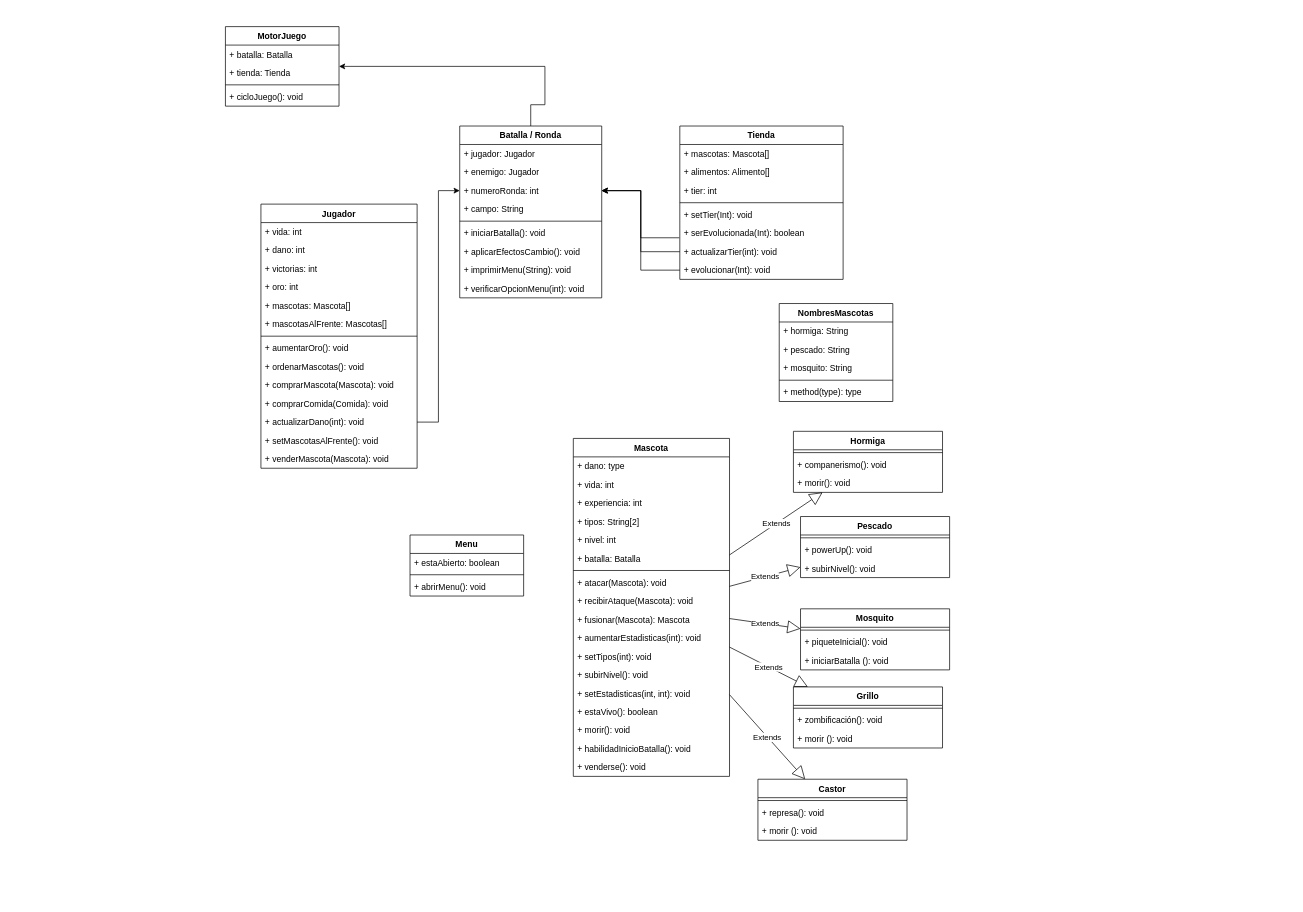
This is Untitled Diagram.drawio from alejandro-vasquez-es/super-auto-pets, a draw.io file, before an edit. Source tidied: cells renumbered, new cells numbered last; positions are measured from the earlier drawing's top-left corner, leaving out a move shared by most shapes. Both pictures are drawn from the tidied source at 71%, with x=0, y=0 at pixel (225, 26).
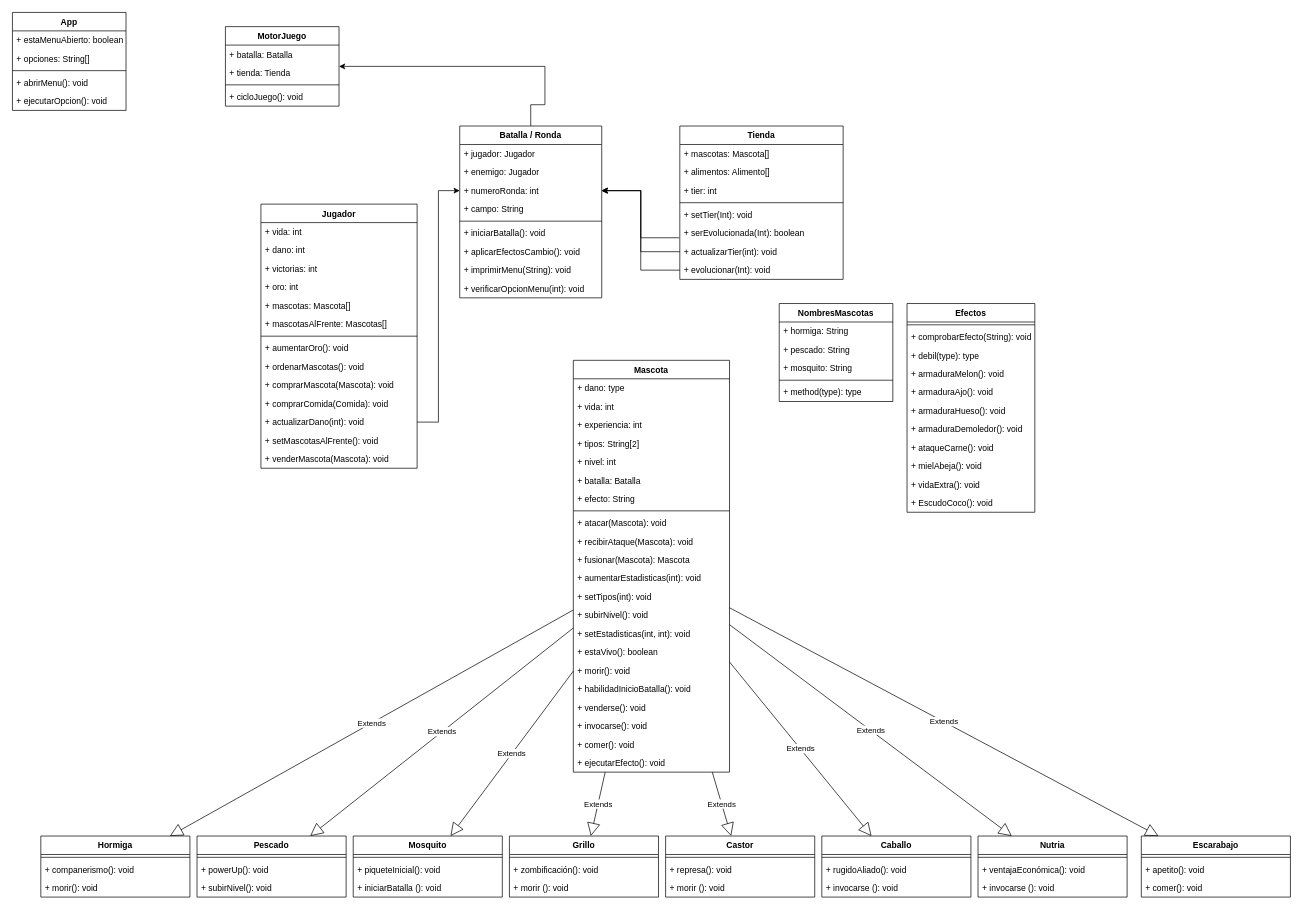
The same page after the edit.

Change to the diagram source:
```diff
@@
     <mxCell id="33" value="Mascota" style="swimlane;fontStyle=1;align=center;verticalAlign=top;horizontal=1;startSize=26;" parent="1" vertex="1">
-      <mxGeometry x="490" y="580" width="220" height="476" as="geometry" />
+      <mxGeometry x="490" y="470" width="220" height="580" as="geometry" />
     </mxCell>
@@
+    <mxCell id="100" value="+ efecto: String " style="text;strokeColor=none;fillColor=none;align=left;verticalAlign=top;spacingLeft=4;spacingRight=4;overflow=hidden;" parent="33" vertex="1">
+      <mxGeometry y="182" width="220" height="26" as="geometry" />
+    </mxCell>
     <mxCell id="40" style="line;strokeWidth=1;fillColor=none;align=left;verticalAlign=middle;spacingTop=-1;spacingLeft=3;spacingRight=3;labelPosition=right;" parent="33" vertex="1">
-      <mxGeometry y="182" width="220" height="8" as="geometry" />
+      <mxGeometry y="208" width="220" height="8" as="geometry" />
     </mxCell>
     <mxCell id="41" value="+ atacar(Mascota): void" style="text;strokeColor=none;fillColor=none;align=left;verticalAlign=top;spacingLeft=4;spacingRight=4;overflow=hidden;" parent="33" vertex="1">
-      <mxGeometry y="190" width="220" height="26" as="geometry" />
+      <mxGeometry y="216" width="220" height="26" as="geometry" />
     </mxCell>
     <mxCell id="42" value="+ recibirAtaque(Mascota): void" style="text;strokeColor=none;fillColor=none;align=left;verticalAlign=top;spacingLeft=4;spacingRight=4;overflow=hidden;" parent="33" vertex="1">
-      <mxGeometry y="216" width="220" height="26" as="geometry" />
+      <mxGeometry y="242" width="220" height="26" as="geometry" />
     </mxCell>
     <mxCell id="43" value="+ fusionar(Mascota): Mascota" style="text;strokeColor=none;fillColor=none;align=left;verticalAlign=top;spacingLeft=4;spacingRight=4;overflow=hidden;" parent="33" vertex="1">
-      <mxGeometry y="242" width="220" height="26" as="geometry" />
+      <mxGeometry y="268" width="220" height="26" as="geometry" />
     </mxCell>
     <mxCell id="44" value="+ aumentarEstadisticas(int): void" style="text;strokeColor=none;fillColor=none;align=left;verticalAlign=top;spacingLeft=4;spacingRight=4;overflow=hidden;" parent="33" vertex="1">
-      <mxGeometry y="268" width="220" height="26" as="geometry" />
+      <mxGeometry y="294" width="220" height="26" as="geometry" />
     </mxCell>
     <mxCell id="45" value="+ setTipos(int): void" style="text;strokeColor=none;fillColor=none;align=left;verticalAlign=top;spacingLeft=4;spacingRight=4;overflow=hidden;" parent="33" vertex="1">
-      <mxGeometry y="294" width="220" height="26" as="geometry" />
+      <mxGeometry y="320" width="220" height="26" as="geometry" />
     </mxCell>
     <mxCell id="46" value="+ subirNivel(): void" style="text;strokeColor=none;fillColor=none;align=left;verticalAlign=top;spacingLeft=4;spacingRight=4;overflow=hidden;" parent="33" vertex="1">
-      <mxGeometry y="320" width="220" height="26" as="geometry" />
+      <mxGeometry y="346" width="220" height="26" as="geometry" />
     </mxCell>
     <mxCell id="47" value="+ setEstadisticas(int, int): void" style="text;strokeColor=none;fillColor=none;align=left;verticalAlign=top;spacingLeft=4;spacingRight=4;overflow=hidden;" parent="33" vertex="1">
-      <mxGeometry y="346" width="220" height="26" as="geometry" />
+      <mxGeometry y="372" width="220" height="26" as="geometry" />
     </mxCell>
     <mxCell id="48" value="+ estaVivo(): boolean" style="text;strokeColor=none;fillColor=none;align=left;verticalAlign=top;spacingLeft=4;spacingRight=4;overflow=hidden;" parent="33" vertex="1">
-      <mxGeometry y="372" width="220" height="26" as="geometry" />
+      <mxGeometry y="398" width="220" height="26" as="geometry" />
     </mxCell>
     <mxCell id="49" value="+ morir(): void" style="text;strokeColor=none;fillColor=none;align=left;verticalAlign=top;spacingLeft=4;spacingRight=4;overflow=hidden;" parent="33" vertex="1">
-      <mxGeometry y="398" width="220" height="26" as="geometry" />
+      <mxGeometry y="424" width="220" height="26" as="geometry" />
     </mxCell>
     <mxCell id="50" value="+ habilidadInicioBatalla(): void" style="text;strokeColor=none;fillColor=none;align=left;verticalAlign=top;spacingLeft=4;spacingRight=4;overflow=hidden;" parent="33" vertex="1">
-      <mxGeometry y="424" width="220" height="26" as="geometry" />
+      <mxGeometry y="450" width="220" height="26" as="geometry" />
     </mxCell>
     <mxCell id="51" value="+ venderse(): void" style="text;strokeColor=none;fillColor=none;align=left;verticalAlign=top;spacingLeft=4;spacingRight=4;overflow=hidden;" parent="33" vertex="1">
-      <mxGeometry y="450" width="220" height="26" as="geometry" />
+      <mxGeometry y="476" width="220" height="26" as="geometry" />
     </mxCell>
+    <mxCell id="101" value="+ invocarse(): void" style="text;strokeColor=none;fillColor=none;align=left;verticalAlign=top;spacingLeft=4;spacingRight=4;overflow=hidden;" parent="33" vertex="1">
+      <mxGeometry y="502" width="220" height="26" as="geometry" />
+    </mxCell>
+    <mxCell id="102" value="+ comer(): void" style="text;strokeColor=none;fillColor=none;align=left;verticalAlign=top;spacingLeft=4;spacingRight=4;overflow=hidden;" parent="33" vertex="1">
+      <mxGeometry y="528" width="220" height="26" as="geometry" />
+    </mxCell>
+    <mxCell id="103" value="+ ejecutarEfecto(): void" style="text;strokeColor=none;fillColor=none;align=left;verticalAlign=top;spacingLeft=4;spacingRight=4;overflow=hidden;" parent="33" vertex="1">
+      <mxGeometry y="554" width="220" height="26" as="geometry" />
+    </mxCell>
@@
-    <mxCell id="61" value="Menu" style="swimlane;fontStyle=1;align=center;verticalAlign=top;horizontal=1;startSize=26;" parent="1" vertex="1">
-      <mxGeometry x="260" y="716" width="160" height="86" as="geometry" />
+    <mxCell id="61" value="App" style="swimlane;fontStyle=1;align=center;verticalAlign=top;horizontal=1;startSize=26;" parent="1" vertex="1">
+      <mxGeometry x="-300" y="-20" width="160" height="138" as="geometry" />
     </mxCell>
-    <mxCell id="62" value="+ estaAbierto: boolean" style="text;strokeColor=none;fillColor=none;align=left;verticalAlign=top;spacingLeft=4;spacingRight=4;overflow=hidden;" parent="61" vertex="1">
+    <mxCell id="62" value="+ estaMenuAbierto: boolean" style="text;strokeColor=none;fillColor=none;align=left;verticalAlign=top;spacingLeft=4;spacingRight=4;overflow=hidden;" parent="61" vertex="1">
       <mxGeometry y="26" width="160" height="26" as="geometry" />
     </mxCell>
+    <mxCell id="104" value="+ opciones: String[]" style="text;strokeColor=none;fillColor=none;align=left;verticalAlign=top;spacingLeft=4;spacingRight=4;overflow=hidden;" parent="61" vertex="1">
+      <mxGeometry y="52" width="160" height="26" as="geometry" />
+    </mxCell>
     <mxCell id="63" style="line;strokeWidth=1;fillColor=none;align=left;verticalAlign=middle;spacingTop=-1;spacingLeft=3;spacingRight=3;labelPosition=right;" parent="61" vertex="1">
-      <mxGeometry y="52" width="160" height="8" as="geometry" />
+      <mxGeometry y="78" width="160" height="8" as="geometry" />
     </mxCell>
     <mxCell id="64" value="+ abrirMenu(): void" style="text;strokeColor=none;fillColor=none;align=left;verticalAlign=top;spacingLeft=4;spacingRight=4;overflow=hidden;" parent="61" vertex="1">
-      <mxGeometry y="60" width="160" height="26" as="geometry" />
+      <mxGeometry y="86" width="160" height="26" as="geometry" />
     </mxCell>
+    <mxCell id="105" value="+ ejecutarOpcion(): void" style="text;strokeColor=none;fillColor=none;align=left;verticalAlign=top;spacingLeft=4;spacingRight=4;overflow=hidden;" parent="61" vertex="1">
+      <mxGeometry y="112" width="160" height="26" as="geometry" />
+    </mxCell>
@@
     <mxCell id="69" value="Hormiga" style="swimlane;fontStyle=1;align=center;verticalAlign=top;horizontal=1;startSize=26;" parent="1" vertex="1">
-      <mxGeometry x="800" y="570" width="210" height="86" as="geometry" />
+      <mxGeometry x="-260" y="1140" width="210" height="86" as="geometry" />
     </mxCell>
@@
     <mxCell id="80" value="Pescado" style="swimlane;fontStyle=1;align=center;verticalAlign=top;horizontal=1;startSize=26;" parent="1" vertex="1">
-      <mxGeometry x="810" y="690" width="210" height="86" as="geometry" />
+      <mxGeometry x="-40" y="1140" width="210" height="86" as="geometry" />
     </mxCell>
@@
     <mxCell id="85" value="Mosquito" style="swimlane;fontStyle=1;align=center;verticalAlign=top;horizontal=1;startSize=26;" parent="1" vertex="1">
-      <mxGeometry x="810" y="820" width="210" height="86" as="geometry" />
+      <mxGeometry x="180" y="1140" width="210" height="86" as="geometry" />
     </mxCell>
@@
     <mxCell id="91" value="Grillo" style="swimlane;fontStyle=1;align=center;verticalAlign=top;horizontal=1;startSize=26;" parent="1" vertex="1">
-      <mxGeometry x="800" y="930" width="210" height="86" as="geometry" />
+      <mxGeometry x="400" y="1140" width="210" height="86" as="geometry" />
     </mxCell>
@@
     <mxCell id="95" value="Castor" style="swimlane;fontStyle=1;align=center;verticalAlign=top;horizontal=1;startSize=26;" parent="1" vertex="1">
-      <mxGeometry x="750" y="1060" width="210" height="86" as="geometry" />
+      <mxGeometry x="620" y="1140" width="210" height="86" as="geometry" />
     </mxCell>
@@
+    <mxCell id="106" value="Caballo" style="swimlane;fontStyle=1;align=center;verticalAlign=top;horizontal=1;startSize=26;" parent="1" vertex="1">
+      <mxGeometry x="840" y="1140" width="210" height="86" as="geometry" />
+    </mxCell>
+    <mxCell id="107" style="line;strokeWidth=1;fillColor=none;align=left;verticalAlign=middle;spacingTop=-1;spacingLeft=3;spacingRight=3;labelPosition=right;" parent="106" vertex="1">
+      <mxGeometry y="26" width="210" height="8" as="geometry" />
+    </mxCell>
+    <mxCell id="108" value="+ rugidoAliado(): void" style="text;strokeColor=none;fillColor=none;align=left;verticalAlign=top;spacingLeft=4;spacingRight=4;overflow=hidden;" parent="106" vertex="1">
+      <mxGeometry y="34" width="210" height="26" as="geometry" />
+    </mxCell>
+    <mxCell id="109" value="+ invocarse (): void" style="text;strokeColor=none;fillColor=none;align=left;verticalAlign=top;spacingLeft=4;spacingRight=4;overflow=hidden;" parent="106" vertex="1">
+      <mxGeometry y="60" width="210" height="26" as="geometry" />
+    </mxCell>
+    <mxCell id="110" value="Extends" style="endArrow=block;endSize=16;endFill=0;html=1;rounded=0;" parent="1" edge="1" source="33" target="106">
+      <mxGeometry relative="1" as="geometry" />
+    </mxCell>
+    <mxCell id="111" value="Nutria" style="swimlane;fontStyle=1;align=center;verticalAlign=top;horizontal=1;startSize=26;" parent="1" vertex="1">
+      <mxGeometry x="1060" y="1140" width="210" height="86" as="geometry" />
+    </mxCell>
+    <mxCell id="112" style="line;strokeWidth=1;fillColor=none;align=left;verticalAlign=middle;spacingTop=-1;spacingLeft=3;spacingRight=3;labelPosition=right;" parent="111" vertex="1">
+      <mxGeometry y="26" width="210" height="8" as="geometry" />
+    </mxCell>
+    <mxCell id="113" value="+ ventajaEconómica(): void" style="text;strokeColor=none;fillColor=none;align=left;verticalAlign=top;spacingLeft=4;spacingRight=4;overflow=hidden;" parent="111" vertex="1">
+      <mxGeometry y="34" width="210" height="26" as="geometry" />
+    </mxCell>
+    <mxCell id="114" value="+ invocarse (): void" style="text;strokeColor=none;fillColor=none;align=left;verticalAlign=top;spacingLeft=4;spacingRight=4;overflow=hidden;" parent="111" vertex="1">
+      <mxGeometry y="60" width="210" height="26" as="geometry" />
+    </mxCell>
+    <mxCell id="115" value="Extends" style="endArrow=block;endSize=16;endFill=0;html=1;rounded=0;" parent="1" edge="1" source="33" target="111">
+      <mxGeometry relative="1" as="geometry" />
+    </mxCell>
+    <mxCell id="116" value="Escarabajo" style="swimlane;fontStyle=1;align=center;verticalAlign=top;horizontal=1;startSize=26;" parent="1" vertex="1">
+      <mxGeometry x="1290" y="1140" width="210" height="86" as="geometry" />
+    </mxCell>
+    <mxCell id="117" style="line;strokeWidth=1;fillColor=none;align=left;verticalAlign=middle;spacingTop=-1;spacingLeft=3;spacingRight=3;labelPosition=right;" parent="116" vertex="1">
+      <mxGeometry y="26" width="210" height="8" as="geometry" />
+    </mxCell>
+    <mxCell id="118" value="+ apetito(): void" style="text;strokeColor=none;fillColor=none;align=left;verticalAlign=top;spacingLeft=4;spacingRight=4;overflow=hidden;" parent="116" vertex="1">
+      <mxGeometry y="34" width="210" height="26" as="geometry" />
+    </mxCell>
+    <mxCell id="119" value="+ comer(): void" style="text;strokeColor=none;fillColor=none;align=left;verticalAlign=top;spacingLeft=4;spacingRight=4;overflow=hidden;" parent="116" vertex="1">
+      <mxGeometry y="60" width="210" height="26" as="geometry" />
+    </mxCell>
+    <mxCell id="120" value="Extends" style="endArrow=block;endSize=16;endFill=0;html=1;rounded=0;" parent="1" edge="1" source="33" target="116">
+      <mxGeometry relative="1" as="geometry" />
+    </mxCell>
+    <mxCell id="121" value="Efectos" style="swimlane;fontStyle=1;align=center;verticalAlign=top;horizontal=1;startSize=26;" parent="1" vertex="1">
+      <mxGeometry x="960" y="390" width="180" height="294" as="geometry" />
+    </mxCell>
+    <mxCell id="122" style="line;strokeWidth=1;fillColor=none;align=left;verticalAlign=middle;spacingTop=-1;spacingLeft=3;spacingRight=3;labelPosition=right;" parent="121" vertex="1">
+      <mxGeometry y="26" width="180" height="8" as="geometry" />
+    </mxCell>
+    <mxCell id="123" value="+ comprobarEfecto(String): void" style="text;strokeColor=none;fillColor=none;align=left;verticalAlign=top;spacingLeft=4;spacingRight=4;overflow=hidden;" parent="121" vertex="1">
+      <mxGeometry y="34" width="180" height="26" as="geometry" />
+    </mxCell>
+    <mxCell id="124" value="+ debil(type): type" style="text;strokeColor=none;fillColor=none;align=left;verticalAlign=top;spacingLeft=4;spacingRight=4;overflow=hidden;" parent="121" vertex="1">
+      <mxGeometry y="60" width="180" height="26" as="geometry" />
+    </mxCell>
+    <mxCell id="125" value="+ armaduraMelon(): void" style="text;strokeColor=none;fillColor=none;align=left;verticalAlign=top;spacingLeft=4;spacingRight=4;overflow=hidden;" parent="121" vertex="1">
+      <mxGeometry y="86" width="180" height="26" as="geometry" />
+    </mxCell>
+    <mxCell id="126" value="+ armaduraAjo(): void" style="text;strokeColor=none;fillColor=none;align=left;verticalAlign=top;spacingLeft=4;spacingRight=4;overflow=hidden;" parent="121" vertex="1">
+      <mxGeometry y="112" width="180" height="26" as="geometry" />
+    </mxCell>
+    <mxCell id="127" value="+ armaduraHueso(): void" style="text;strokeColor=none;fillColor=none;align=left;verticalAlign=top;spacingLeft=4;spacingRight=4;overflow=hidden;" parent="121" vertex="1">
+      <mxGeometry y="138" width="180" height="26" as="geometry" />
+    </mxCell>
+    <mxCell id="128" value="+ armaduraDemoledor(): void" style="text;strokeColor=none;fillColor=none;align=left;verticalAlign=top;spacingLeft=4;spacingRight=4;overflow=hidden;" parent="121" vertex="1">
+      <mxGeometry y="164" width="180" height="26" as="geometry" />
+    </mxCell>
+    <mxCell id="129" value="+ ataqueCarne(): void" style="text;strokeColor=none;fillColor=none;align=left;verticalAlign=top;spacingLeft=4;spacingRight=4;overflow=hidden;" parent="121" vertex="1">
+      <mxGeometry y="190" width="180" height="26" as="geometry" />
+    </mxCell>
+    <mxCell id="130" value="+ mielAbeja(): void" style="text;strokeColor=none;fillColor=none;align=left;verticalAlign=top;spacingLeft=4;spacingRight=4;overflow=hidden;" parent="121" vertex="1">
+      <mxGeometry y="216" width="180" height="26" as="geometry" />
+    </mxCell>
+    <mxCell id="131" value="+ vidaExtra(): void" style="text;strokeColor=none;fillColor=none;align=left;verticalAlign=top;spacingLeft=4;spacingRight=4;overflow=hidden;" parent="121" vertex="1">
+      <mxGeometry y="242" width="180" height="26" as="geometry" />
+    </mxCell>
+    <mxCell id="132" value="+ EscudoCoco(): void" style="text;strokeColor=none;fillColor=none;align=left;verticalAlign=top;spacingLeft=4;spacingRight=4;overflow=hidden;" parent="121" vertex="1">
+      <mxGeometry y="268" width="180" height="26" as="geometry" />
+    </mxCell>
```
